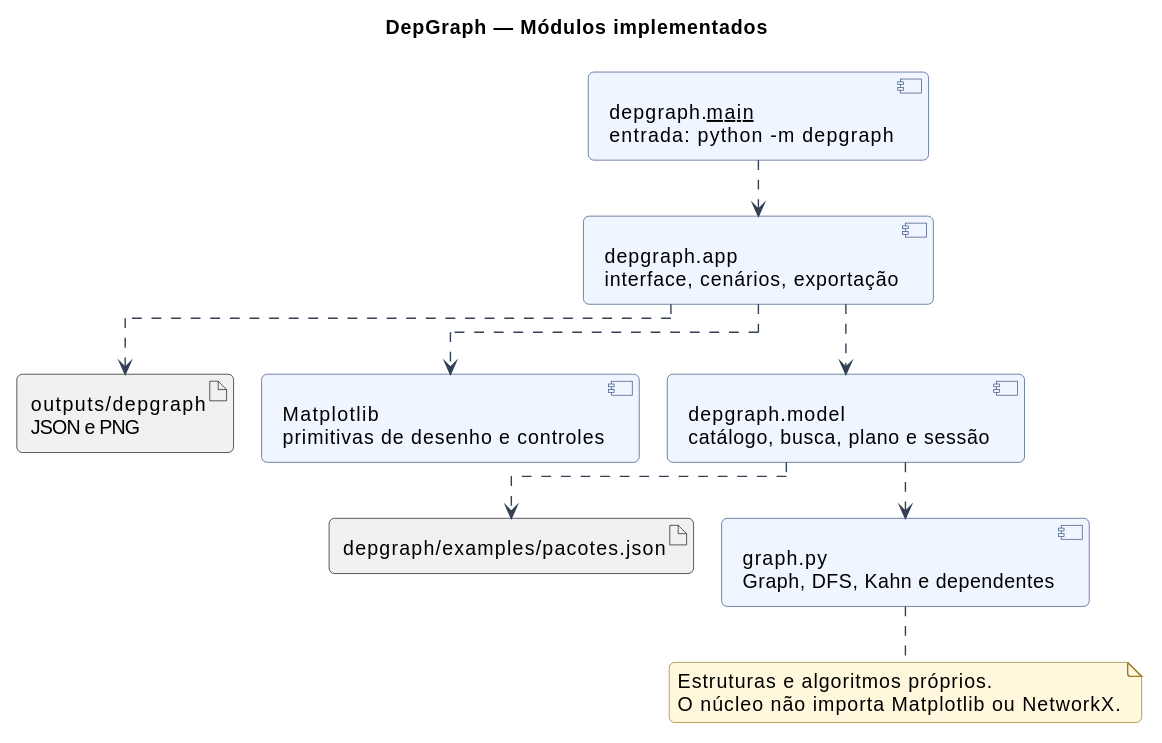
Above: docs/modelagem/imagens/04-componentes.svg in caiokfuri/gestaoDependencias (PlantUML), before the change.
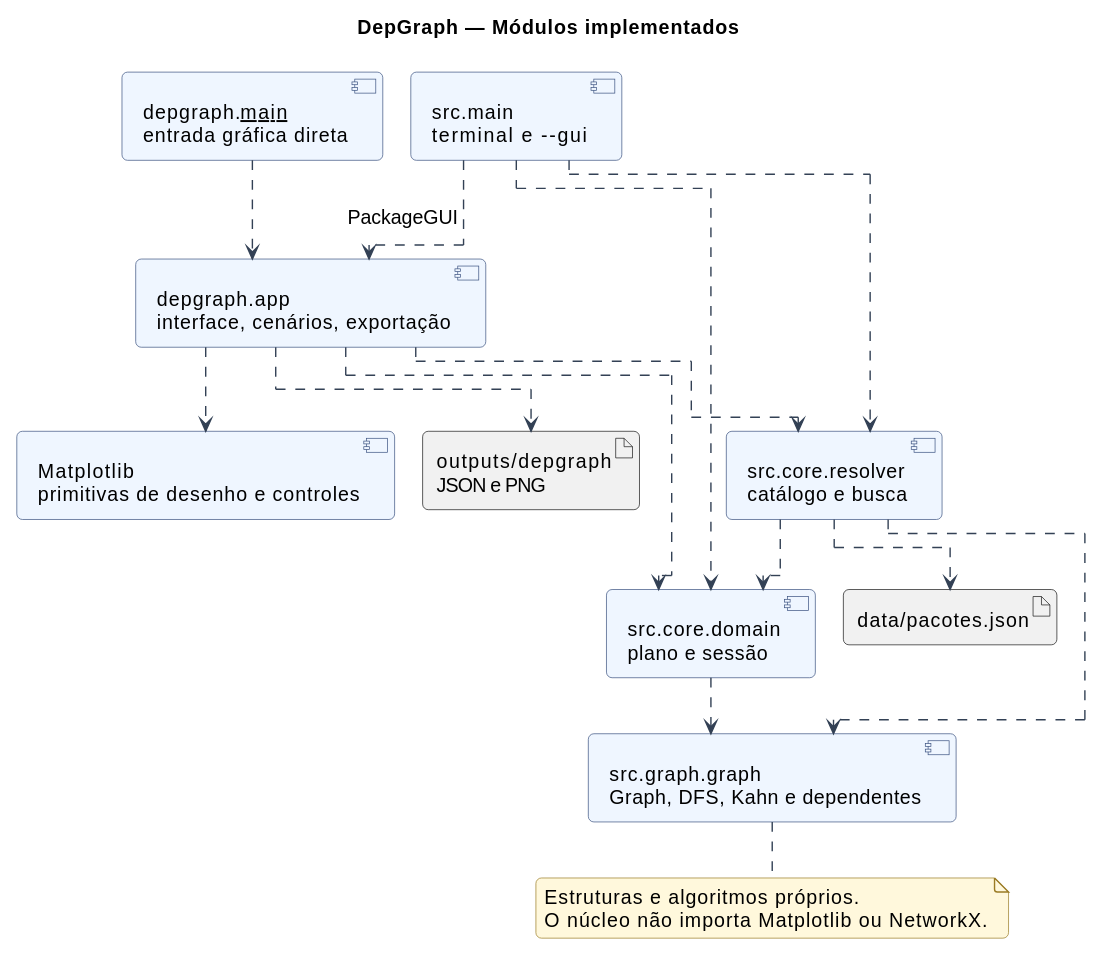
After the commit.

The edit, as a diff of the source:
```diff
@@ -3,18 +3,26 @@
 !pragma layout elk
 skinparam packageStyle rectangle
 title DepGraph — Módulos implementados
-component "depgraph.__main__\nentrada: python -m depgraph" as Entry
+component "src.main\nterminal e --gui" as Entry
+component "depgraph.__main__\nentrada gráfica direta" as Direct
 component "depgraph.app\ninterface, cenários, exportação" as UI
 component "Matplotlib\nprimitivas de desenho e controles" as Plot
-component "depgraph.model\ncatálogo, busca, plano e sessão" as Core
-component "graph.py\nGraph, DFS, Kahn e dependentes" as G
-artifact "depgraph/examples/pacotes.json" as Data
+component "src.core.resolver\ncatálogo e busca" as Core
+component "src.core.domain\nplano e sessão" as Domain
+component "src.graph.graph\nGraph, DFS, Kahn e dependentes" as G
+artifact "data/pacotes.json" as Data
 artifact "outputs/depgraph\nJSON e PNG" as Out
-Entry ..> UI
+Entry ..> UI : PackageGUI
+Entry ..> Core
+Entry ..> Domain
+Direct ..> UI
 UI ..> Core
+UI ..> Domain
 UI ..> Plot
 UI ..> Out
+Core ..> Domain
 Core ..> G
+Domain ..> G
 Core ..> Data
 note bottom of G
  Estruturas e algoritmos próprios.
```
